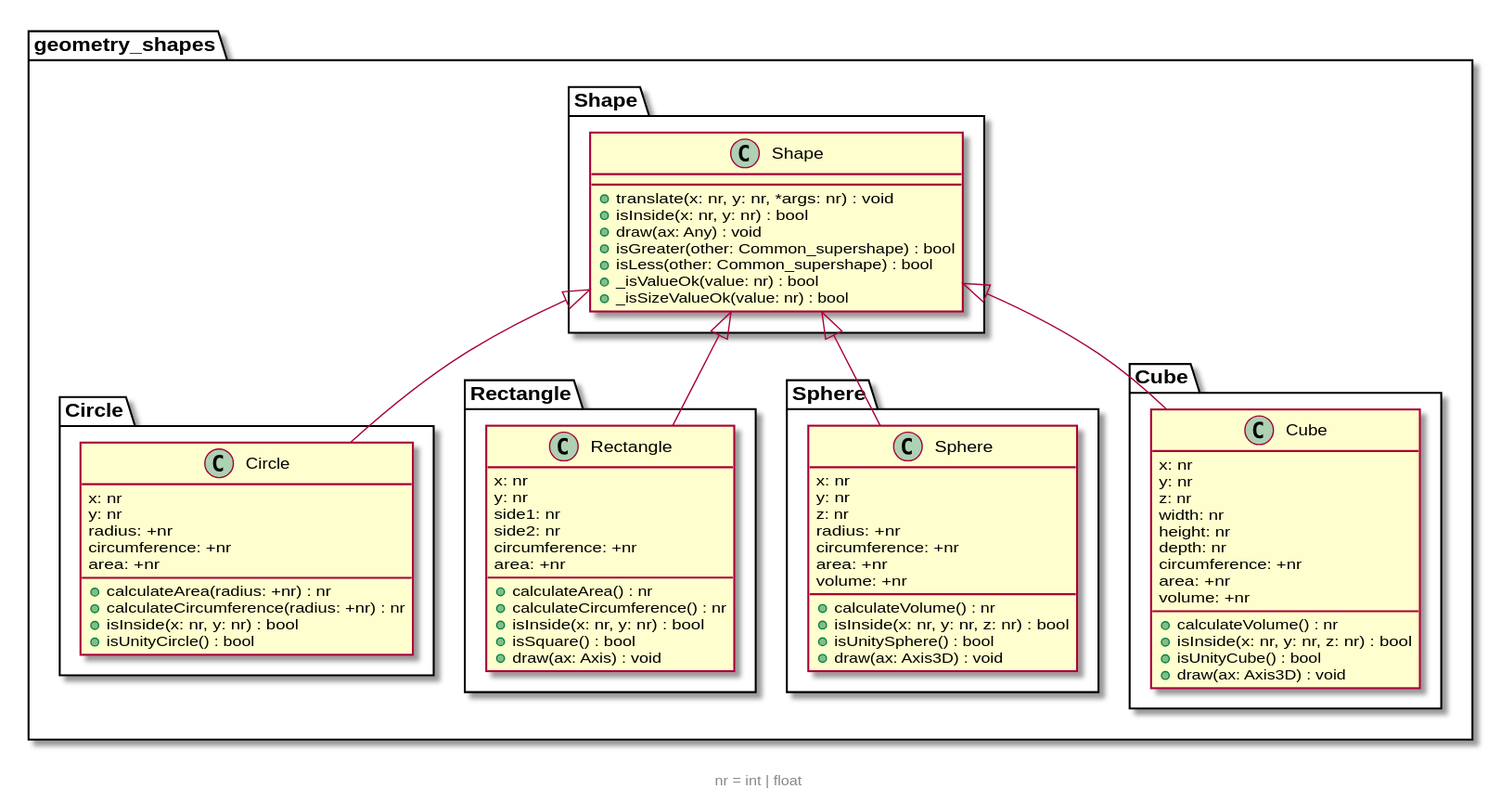
The PlantUML diagram Labs/lab3/assets/uml.svg in Shoresh613/Python-Mikael-Folkesson, before a commit.
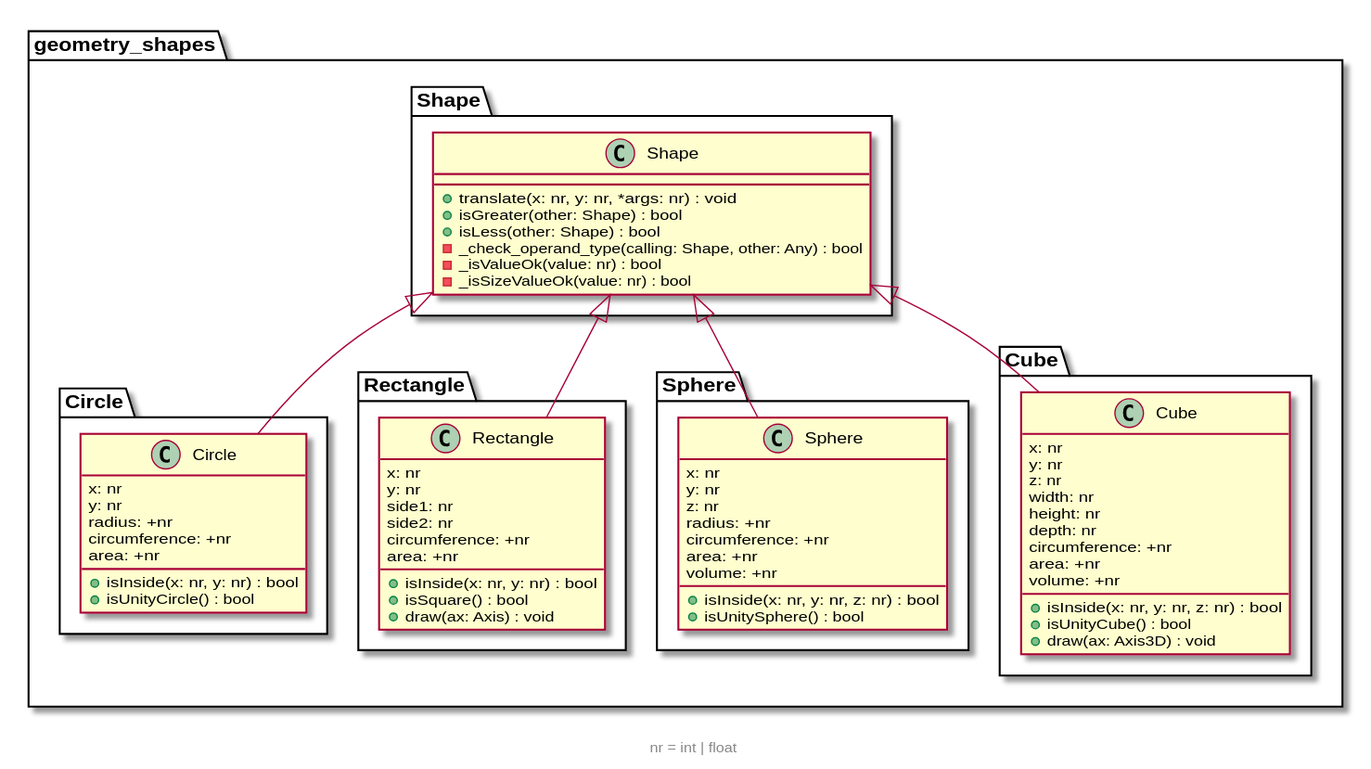
Above is the later version.

Commit message:
move _check_operand_type() to Shape

What changed in the source:
```diff
@@ -9,12 +9,11 @@
 
 class geometry_shapes.Shape.Shape {
   + translate(x: nr, y: nr, *args: nr) : void
-  + isInside(x: nr, y: nr) : bool
-  + draw(ax: Any) : void
-  + isGreater(other: Common_supershape) : bool
-  + isLess(other: Common_supershape) : bool
-  + _isValueOk(value: nr) : bool
-  + _isSizeValueOk(value: nr) : bool
+  + isGreater(other: Shape) : bool
+  + isLess(other: Shape) : bool
+  - _check_operand_type(calling: Shape, other: Any) : bool
+  - _isValueOk(value: nr) : bool
+  - _isSizeValueOk(value: nr) : bool
 }
 
 class geometry_shapes.Circle.Circle {
@@ -23,8 +22,6 @@
   radius: +nr
   circumference: +nr
   area: +nr
-  + calculateArea(radius: +nr) : nr
-  + calculateCircumference(radius: +nr) : nr
   + isInside(x: nr, y: nr) : bool
   + isUnityCircle() : bool
 }
@@ -36,8 +33,6 @@
   side2: nr
   circumference: +nr
   area: +nr
-  + calculateArea() : nr
-  + calculateCircumference() : nr
   + isInside(x: nr, y: nr) : bool
   + isSquare() : bool
   + draw(ax: Axis) : void
@@ -51,10 +46,8 @@
   circumference: +nr
   area: +nr
   volume: +nr
-  + calculateVolume() : nr
   + isInside(x: nr, y: nr, z: nr) : bool
   + isUnitySphere() : bool
-  + draw(ax: Axis3D) : void
 }
 
 class geometry_shapes.Cube.Cube {
@@ -67,7 +60,6 @@
   circumference: +nr
   area: +nr
   volume: +nr
-  + calculateVolume() : nr
   + isInside(x: nr, y: nr, z: nr) : bool
   + isUnityCube() : bool
   + draw(ax: Axis3D) : void
@@ -77,5 +69,6 @@
 geometry_shapes.Shape.Shape <|-- geometry_shapes.Rectangle.Rectangle
 geometry_shapes.Shape.Shape <|-- geometry_shapes.Sphere.Sphere
 geometry_shapes.Shape.Shape <|-- geometry_shapes.Cube.Cube
+
 footer nr = int | float
 @enduml
```
